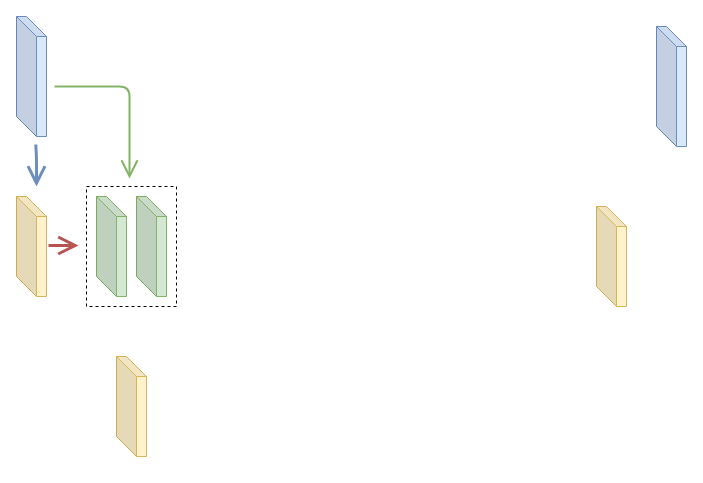
Before: page "Page-1" (1 of 2) of Untitled Diagram.drawio in zepherusqin/zepherusqin.github.io, a draw.io diagram. Source tidied: cells renumbered, new cells numbered last; positions are measured from the earlier drawing's top-left corner, leaving out a move shared by most shapes. Both pictures are drawn from the tidied source at 100%, with x=0, y=0 at pixel (16, 16).
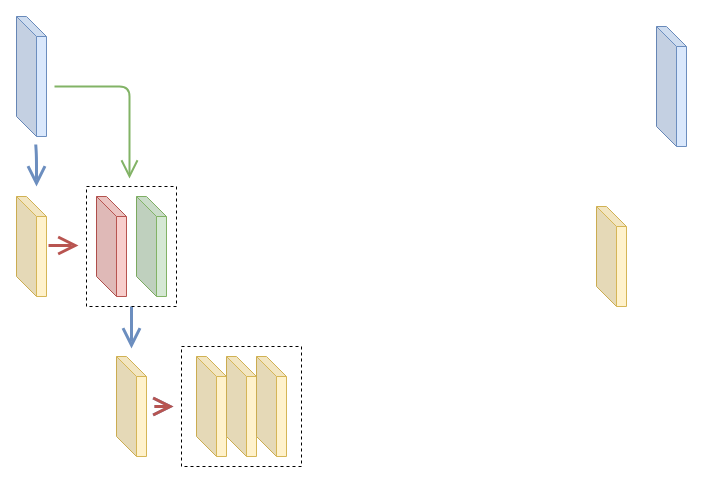
The same diagram, later.

Unchanged cells that the change refers to:
```xml
<mxCell id="11" style="rounded=0;whiteSpace=wrap;html=1;hachureGap=4;shadow=0;glass=0;sketch=0;fillStyle=auto;fillColor=none;dashed=1;" parent="1" vertex="1">
  <mxGeometry x="70" y="170" width="90" height="120" as="geometry" />
</mxCell>
<mxCell id="12" style="shape=cube;whiteSpace=wrap;html=1;boundedLbl=1;backgroundOutline=1;darkOpacity=0.05;darkOpacity2=0.1;fillColor=#fff2cc;strokeColor=#d6b656;" parent="1" vertex="1">
  <mxGeometry x="100" y="340" width="30" height="100" as="geometry" />
</mxCell>
```

What changed in the source:
```diff
@@
-    <mxCell id="9" style="shape=cube;whiteSpace=wrap;html=1;boundedLbl=1;backgroundOutline=1;darkOpacity=0.05;darkOpacity2=0.1;fillColor=#d5e8d4;strokeColor=#82b366;" parent="1" vertex="1">
+    <mxCell id="9" style="shape=cube;whiteSpace=wrap;html=1;boundedLbl=1;backgroundOutline=1;darkOpacity=0.05;darkOpacity2=0.1;fillColor=#f8cecc;strokeColor=#b85450;" parent="1" vertex="1">
       <mxGeometry x="80" y="180" width="30" height="100" as="geometry" />
     </mxCell>
@@
+    <mxCell id="13" style="edgeStyle=none;rounded=1;jettySize=auto;html=1;exitX=0.5;exitY=1;exitDx=0;exitDy=0;endArrow=open;startSize=14;endSize=14;sourcePerimeterSpacing=8;targetPerimeterSpacing=8;strokeColor=#6C8EBF;strokeWidth=3;" parent="1" edge="1" source="11" target="12">
+      <mxGeometry relative="1" as="geometry" />
+    </mxCell>
@@
+    <mxCell id="14" style="edgeStyle=none;rounded=1;jettySize=auto;html=1;endArrow=open;startSize=14;endSize=14;sourcePerimeterSpacing=8;targetPerimeterSpacing=8;strokeColor=#6C8EBF;strokeWidth=3;" parent="1" edge="1" source="12" target="19">
+      <mxGeometry relative="1" as="geometry" />
+    </mxCell>
+    <mxCell id="15" style="edgeStyle=none;rounded=1;jettySize=auto;html=1;endArrow=open;startSize=14;endSize=14;sourcePerimeterSpacing=8;targetPerimeterSpacing=8;strokeColor=#B85450;strokeWidth=3;" parent="1" edge="1" source="12" target="19">
+      <mxGeometry relative="1" as="geometry" />
+    </mxCell>
@@
+    <mxCell id="16" style="shape=cube;whiteSpace=wrap;html=1;boundedLbl=1;backgroundOutline=1;darkOpacity=0.05;darkOpacity2=0.1;fillColor=#fff2cc;strokeColor=#d6b656;" parent="1" vertex="1">
+      <mxGeometry x="180" y="340" width="30" height="100" as="geometry" />
+    </mxCell>
+    <mxCell id="17" style="shape=cube;whiteSpace=wrap;html=1;boundedLbl=1;backgroundOutline=1;darkOpacity=0.05;darkOpacity2=0.1;fillColor=#fff2cc;strokeColor=#d6b656;" parent="1" vertex="1">
+      <mxGeometry x="210" y="340" width="30" height="100" as="geometry" />
+    </mxCell>
+    <mxCell id="18" style="shape=cube;whiteSpace=wrap;html=1;boundedLbl=1;backgroundOutline=1;darkOpacity=0.05;darkOpacity2=0.1;fillColor=#fff2cc;strokeColor=#d6b656;" parent="1" vertex="1">
+      <mxGeometry x="240" y="340" width="30" height="100" as="geometry" />
+    </mxCell>
+    <mxCell id="19" style="whiteSpace=wrap;html=1;rounded=0;shadow=0;glass=0;dashed=1;sketch=0;hachureGap=4;fillColor=none;gradientDirection=south;" parent="1" vertex="1">
+      <mxGeometry x="165" y="330" width="120" height="120" as="geometry" />
+    </mxCell>
```
